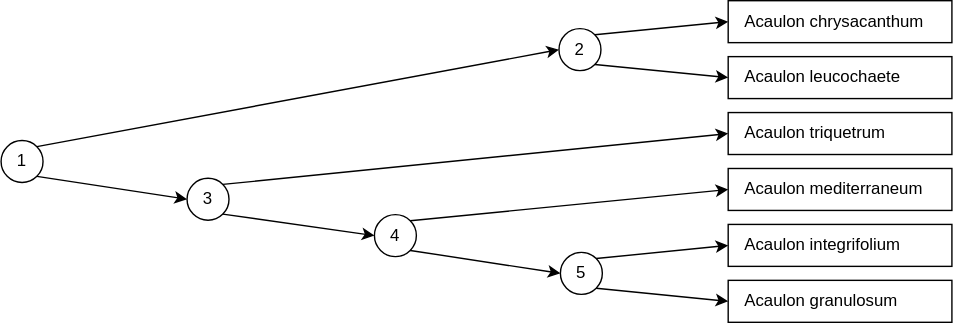
Above: docs/media/decision-tree-no-errors.drawio.svg in rbgvictoria/keybase_model (draw.io), before the change. Source tidied: cells renumbered, new cells last; positions are measured from the earlier drawing's top-left corner, leaving out a move shared by most shapes.
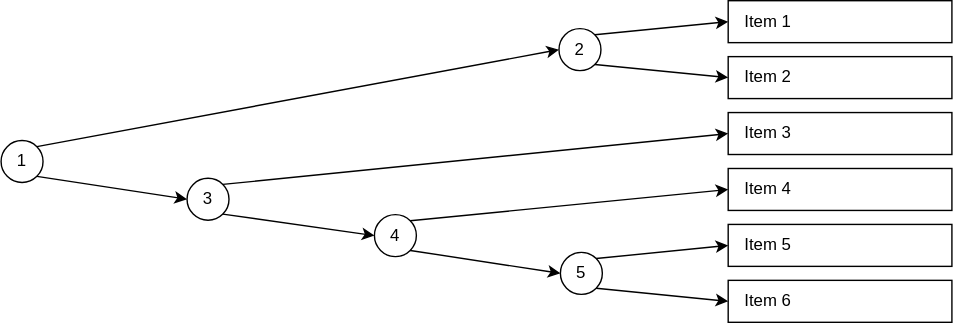
After the change.

Change to the diagram source:
```diff
@@ -5,24 +5,24 @@
     <mxCell id="2" value="1" style="ellipse;whiteSpace=wrap;html=1;" parent="1" vertex="1">
       <mxGeometry y="100" width="30" height="30" as="geometry" />
     </mxCell>
-    <mxCell id="3" value="Acaulon chrysacanthum" style="rounded=0;whiteSpace=wrap;html=1;align=left;spacingLeft=10;strokeColor=default;fillColor=none;" parent="1" vertex="1">
-      <mxGeometry x="520" width="160" height="30" as="geometry" />
-    </mxCell>
-    <mxCell id="4" value="Acaulon leucochaete" style="rounded=0;whiteSpace=wrap;html=1;align=left;spacingLeft=10;strokeColor=default;fillColor=none;" parent="1" vertex="1">
-      <mxGeometry x="520" y="40" width="160" height="30" as="geometry" />
-    </mxCell>
-    <mxCell id="5" value="Acaulon triquetrum" style="rounded=0;whiteSpace=wrap;html=1;align=left;spacingLeft=10;strokeColor=default;fillColor=none;" parent="1" vertex="1">
-      <mxGeometry x="520" y="80" width="160" height="30" as="geometry" />
-    </mxCell>
-    <mxCell id="6" value="Acaulon mediterraneum" style="rounded=0;whiteSpace=wrap;html=1;align=left;spacingLeft=10;strokeColor=default;fillColor=none;" parent="1" vertex="1">
-      <mxGeometry x="520" y="120" width="160" height="30" as="geometry" />
-    </mxCell>
-    <mxCell id="7" value="Acaulon integrifolium" style="rounded=0;whiteSpace=wrap;html=1;align=left;spacingLeft=10;strokeColor=default;fillColor=none;" parent="1" vertex="1">
-      <mxGeometry x="520" y="160" width="160" height="30" as="geometry" />
-    </mxCell>
-    <mxCell id="8" value="Acaulon granulosum" style="rounded=0;whiteSpace=wrap;html=1;align=left;spacingLeft=10;strokeColor=default;fillColor=none;" parent="1" vertex="1">
-      <mxGeometry x="520" y="200" width="160" height="30" as="geometry" />
-    </mxCell>
+    <mxCell id="23" value="Item 1" style="rounded=0;whiteSpace=wrap;html=1;align=left;spacingLeft=10;strokeColor=default;fillColor=none;" parent="1" vertex="1">
+      <mxGeometry x="520" width="160" height="30" as="geometry" />
+    </mxCell>
+    <mxCell id="24" value="Item 2" style="rounded=0;whiteSpace=wrap;html=1;align=left;spacingLeft=10;strokeColor=default;fillColor=none;" parent="1" vertex="1">
+      <mxGeometry x="520" y="40" width="160" height="30" as="geometry" />
+    </mxCell>
+    <mxCell id="25" value="Item 3" style="rounded=0;whiteSpace=wrap;html=1;align=left;spacingLeft=10;strokeColor=default;fillColor=none;" parent="1" vertex="1">
+      <mxGeometry x="520" y="80" width="160" height="30" as="geometry" />
+    </mxCell>
+    <mxCell id="26" value="Item 4" style="rounded=0;whiteSpace=wrap;html=1;align=left;spacingLeft=10;strokeColor=default;fillColor=none;" parent="1" vertex="1">
+      <mxGeometry x="520" y="120" width="160" height="30" as="geometry" />
+    </mxCell>
+    <mxCell id="27" value="Item 5" style="rounded=0;whiteSpace=wrap;html=1;align=left;spacingLeft=10;strokeColor=default;fillColor=none;" parent="1" vertex="1">
+      <mxGeometry x="520" y="160" width="160" height="30" as="geometry" />
+    </mxCell>
+    <mxCell id="28" value="Item 6" style="rounded=0;whiteSpace=wrap;html=1;align=left;spacingLeft=10;strokeColor=default;fillColor=none;" parent="1" vertex="1">
+      <mxGeometry x="520" y="200" width="160" height="30" as="geometry" />
+    </mxCell>
     <mxCell id="9" value="2" style="ellipse;whiteSpace=wrap;html=1;" parent="1" vertex="1">
       <mxGeometry x="399" y="20" width="30" height="30" as="geometry" />
     </mxCell>
@@ -35,35 +35,35 @@
     <mxCell id="12" value="5" style="ellipse;whiteSpace=wrap;html=1;" parent="1" vertex="1">
       <mxGeometry x="400" y="180" width="30" height="30" as="geometry" />
     </mxCell>
-    <mxCell id="13" style="endArrow=classic;html=1;rounded=0;exitX=1;exitY=0;exitDx=0;exitDy=0;entryX=0;entryY=0.5;entryDx=0;entryDy=0;" parent="1" edge="1" source="9" target="3">
-      <mxGeometry relative="1" as="geometry" />
-    </mxCell>
+    <mxCell id="29" style="endArrow=classic;html=1;rounded=0;exitX=1;exitY=0;exitDx=0;exitDy=0;entryX=0;entryY=0.5;entryDx=0;entryDy=0;" parent="1" edge="1" source="9" target="23">
+      <mxGeometry relative="1" as="geometry" />
+    </mxCell>
     <mxCell id="14" style="endArrow=classic;html=1;rounded=0;exitX=1;exitY=0;exitDx=0;exitDy=0;entryX=0;entryY=0.5;entryDx=0;entryDy=0;" parent="1" edge="1" source="2" target="9">
       <mxGeometry relative="1" as="geometry" />
     </mxCell>
     <mxCell id="15" style="endArrow=classic;html=1;rounded=0;exitX=1;exitY=1;exitDx=0;exitDy=0;entryX=0;entryY=0.5;entryDx=0;entryDy=0;" parent="1" edge="1" source="2" target="10">
       <mxGeometry relative="1" as="geometry" />
     </mxCell>
-    <mxCell id="16" style="endArrow=classic;html=1;rounded=0;exitX=1;exitY=1;exitDx=0;exitDy=0;entryX=0;entryY=0.5;entryDx=0;entryDy=0;" parent="1" edge="1" source="9" target="4">
-      <mxGeometry relative="1" as="geometry" />
-    </mxCell>
+    <mxCell id="30" style="endArrow=classic;html=1;rounded=0;exitX=1;exitY=1;exitDx=0;exitDy=0;entryX=0;entryY=0.5;entryDx=0;entryDy=0;" parent="1" edge="1" source="9" target="24">
+      <mxGeometry relative="1" as="geometry" />
+    </mxCell>
     <mxCell id="17" style="endArrow=classic;html=1;rounded=0;exitX=1;exitY=1;exitDx=0;exitDy=0;entryX=0;entryY=0.5;entryDx=0;entryDy=0;" parent="1" edge="1" source="10" target="11">
       <mxGeometry relative="1" as="geometry" />
     </mxCell>
-    <mxCell id="18" style="endArrow=classic;html=1;rounded=0;exitX=1;exitY=0;exitDx=0;exitDy=0;entryX=0;entryY=0.5;entryDx=0;entryDy=0;" parent="1" edge="1" source="11" target="6">
-      <mxGeometry relative="1" as="geometry" />
-    </mxCell>
-    <mxCell id="19" style="endArrow=classic;html=1;rounded=0;exitX=1;exitY=0;exitDx=0;exitDy=0;entryX=0;entryY=0.5;entryDx=0;entryDy=0;entryPerimeter=0;" parent="1" edge="1" source="10" target="5">
-      <mxGeometry relative="1" as="geometry" />
-    </mxCell>
+    <mxCell id="31" style="endArrow=classic;html=1;rounded=0;exitX=1;exitY=0;exitDx=0;exitDy=0;entryX=0;entryY=0.5;entryDx=0;entryDy=0;" parent="1" edge="1" source="11" target="26">
+      <mxGeometry relative="1" as="geometry" />
+    </mxCell>
+    <mxCell id="32" style="endArrow=classic;html=1;rounded=0;exitX=1;exitY=0;exitDx=0;exitDy=0;entryX=0;entryY=0.5;entryDx=0;entryDy=0;entryPerimeter=0;" parent="1" edge="1" source="10" target="25">
+      <mxGeometry relative="1" as="geometry" />
+    </mxCell>
     <mxCell id="20" style="endArrow=classic;html=1;rounded=0;exitX=1;exitY=1;exitDx=0;exitDy=0;entryX=0;entryY=0.5;entryDx=0;entryDy=0;" parent="1" edge="1" source="11" target="12">
       <mxGeometry relative="1" as="geometry" />
     </mxCell>
-    <mxCell id="21" style="endArrow=classic;html=1;rounded=0;exitX=1;exitY=0;exitDx=0;exitDy=0;entryX=0;entryY=0.5;entryDx=0;entryDy=0;" parent="1" edge="1" source="12" target="7">
-      <mxGeometry relative="1" as="geometry" />
-    </mxCell>
-    <mxCell id="22" style="endArrow=classic;html=1;rounded=0;exitX=1;exitY=1;exitDx=0;exitDy=0;entryX=0;entryY=0.5;entryDx=0;entryDy=0;" parent="1" edge="1" source="12" target="8">
-      <mxGeometry relative="1" as="geometry" />
-    </mxCell>
+    <mxCell id="33" style="endArrow=classic;html=1;rounded=0;exitX=1;exitY=0;exitDx=0;exitDy=0;entryX=0;entryY=0.5;entryDx=0;entryDy=0;" parent="1" edge="1" source="12" target="27">
+      <mxGeometry relative="1" as="geometry" />
+    </mxCell>
+    <mxCell id="34" style="endArrow=classic;html=1;rounded=0;exitX=1;exitY=1;exitDx=0;exitDy=0;entryX=0;entryY=0.5;entryDx=0;entryDy=0;" parent="1" edge="1" source="12" target="28">
+      <mxGeometry relative="1" as="geometry" />
+    </mxCell>
   </root>
 </mxGraphModel>
```
